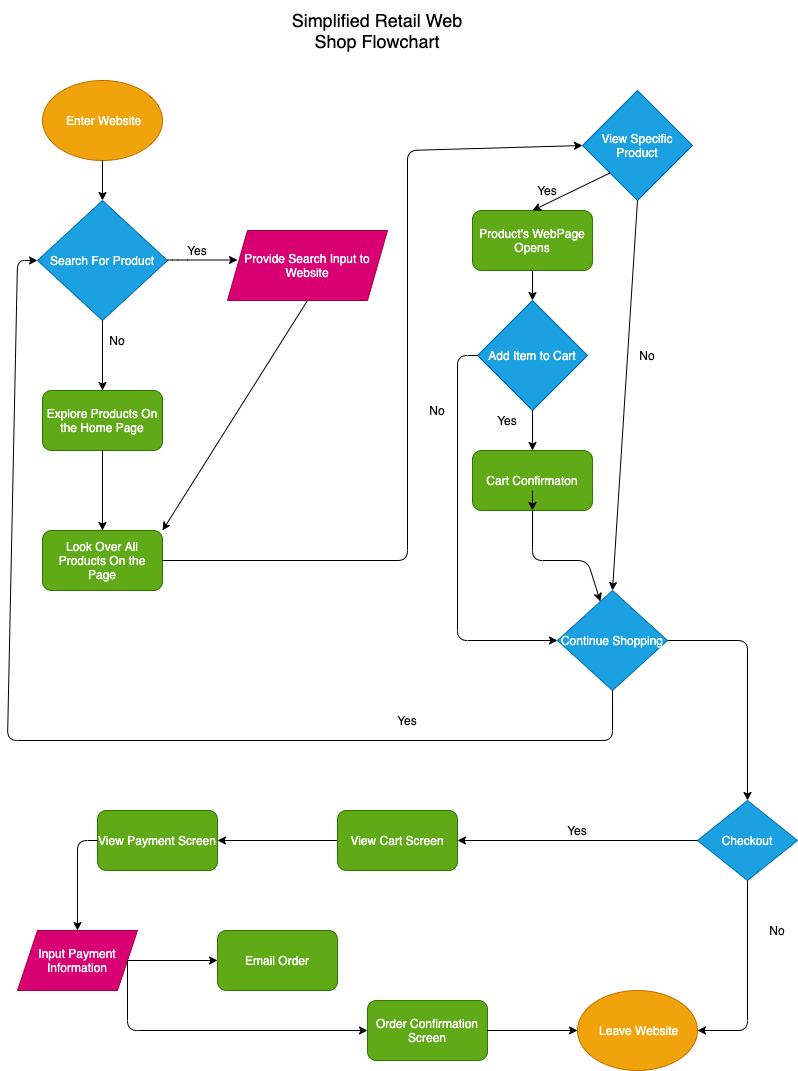
aksharans/sp21-cse110-lab4 keeps this draw.io diagram as part2/part2.drawio.png. Above is the earlier version. Source tidied: cells renumbered, new cells last; positions are measured from the earlier drawing's top-left corner, leaving out a move shared by most shapes.
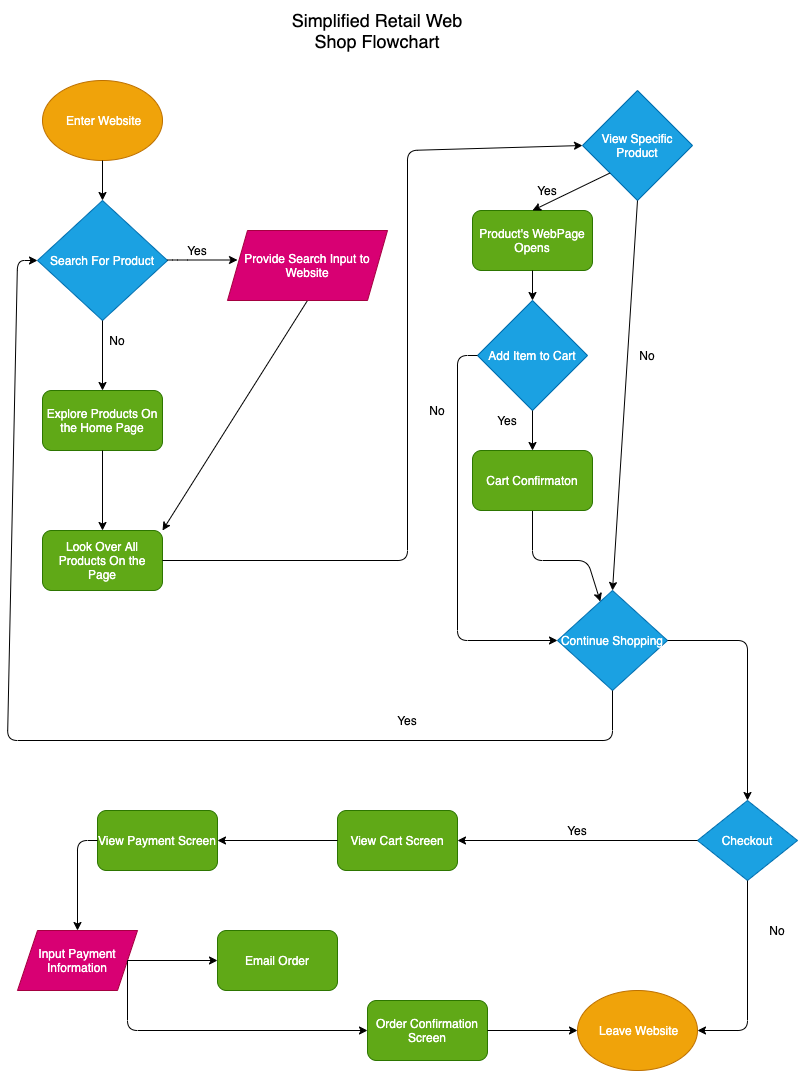
After the change.

Change to the diagram source:
```diff
@@ -153,11 +153,6 @@
     <mxCell id="39" value="Cart Confirmaton" style="rounded=1;whiteSpace=wrap;html=1;fillColor=#60a917;strokeColor=#2D7600;fontColor=#ffffff;" parent="1" vertex="1">
       <mxGeometry x="465" y="450" width="120" height="60" as="geometry" />
     </mxCell>
-    <mxCell id="40" style="endArrow=classic;html=1;exitX=0.5;exitY=1;exitDx=0;exitDy=0;strokeColor=#000000;" parent="1" edge="1" target="39">
-      <mxGeometry relative="1" as="geometry">
-        <mxPoint x="525" y="490" as="sourcePoint" />
-      </mxGeometry>
-    </mxCell>
     <mxCell id="41" style="endArrow=classic;html=1;strokeColor=#000000;exitX=0;exitY=0.5;exitDx=0;exitDy=0;entryX=0.5;entryY=0;entryDx=0;entryDy=0;" parent="1" edge="1" source="36" target="38">
       <mxGeometry relative="1" as="geometry">
         <Array as="points">
```
